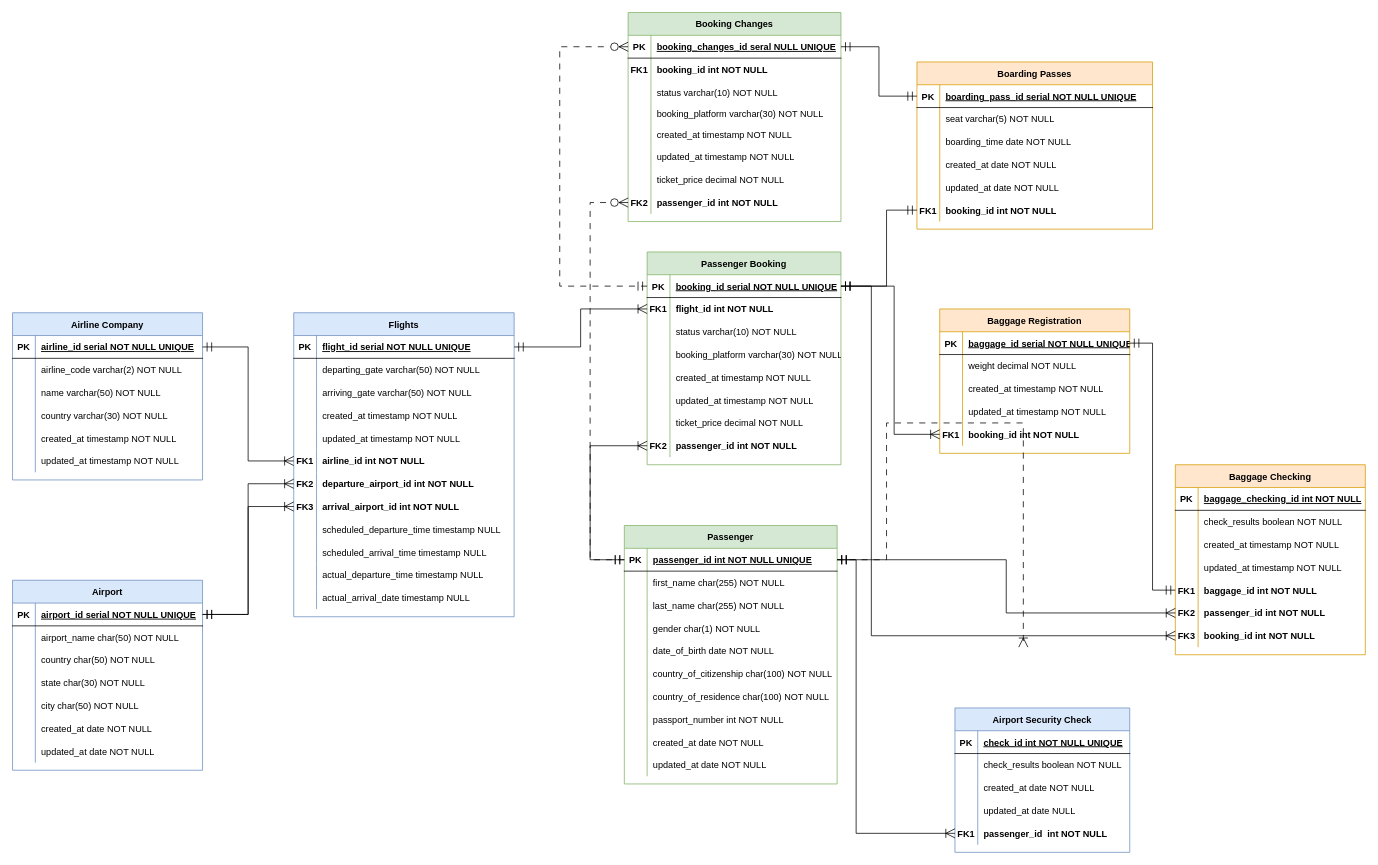
AnyokaCS/DBMS keeps this draw.io diagram as Assignment1-DBMS.drawio. Above is the earlier version. Source tidied: cells renumbered, new cells numbered last; positions are measured from the earlier drawing's top-left corner, leaving out a move shared by most shapes. Both pictures are drawn from the tidied source at 76%, with x=0, y=0 at pixel (12, 12).
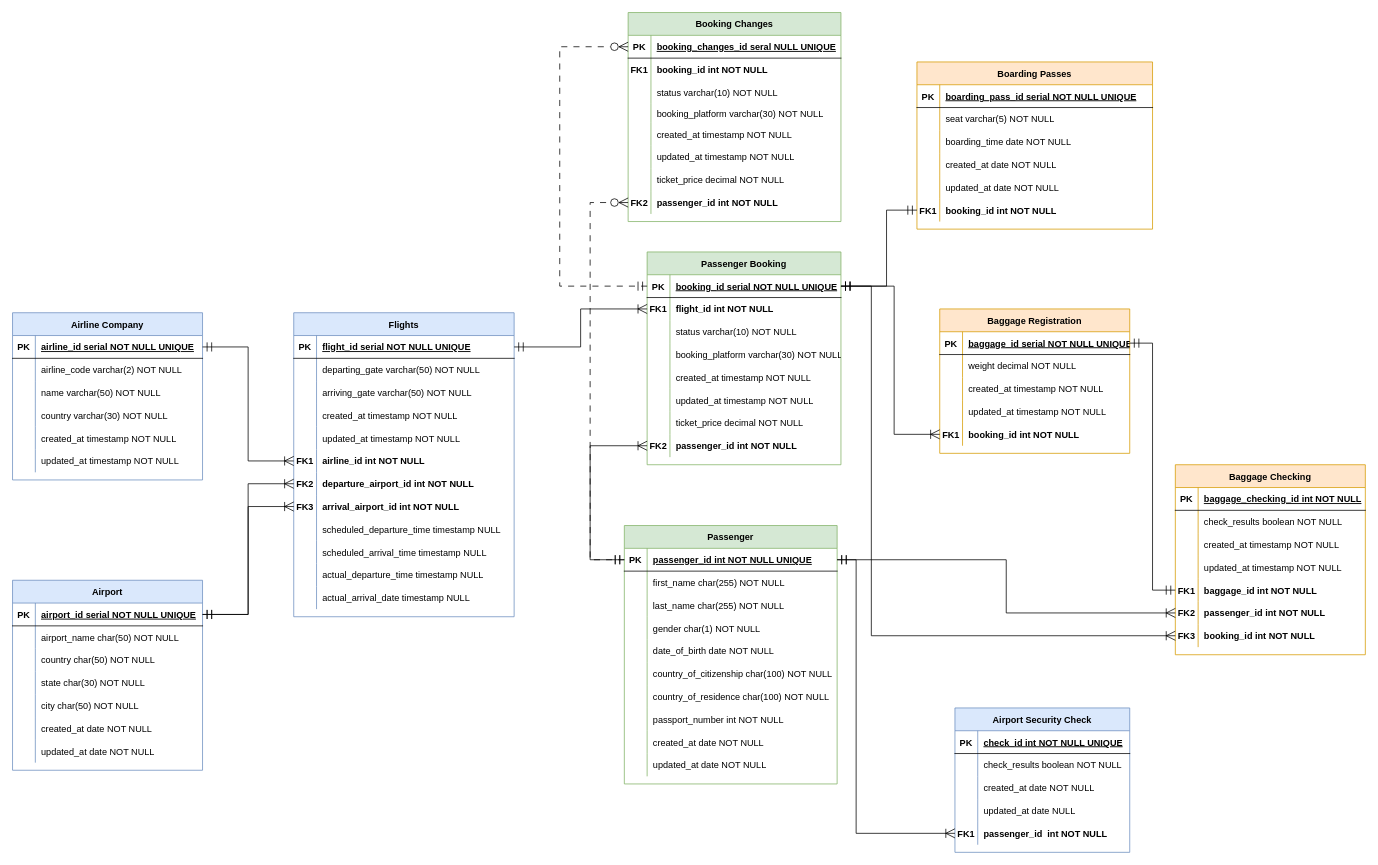
The same diagram, later.

Unchanged cells that the change refers to:
```xml
<mxCell id="110" style="shape=partialRectangle;fillColor=none;points=[[0,0.5],[1,0.5]];portConstraint=eastwest;top=0;left=0;right=0;bottom=1;" parent="109" vertex="1">
  <mxGeometry y="30" width="280" height="30" as="geometry" />
</mxCell>
<mxCell id="142" style="shape=partialRectangle;fillColor=none;points=[[0,0.5],[1,0.5]];portConstraint=eastwest;top=0;left=0;right=0;bottom=1;" parent="141" vertex="1">
  <mxGeometry y="30" width="280" height="30" as="geometry" />
</mxCell>
<mxCell id="169" style="shape=partialRectangle;fillColor=none;points=[[0,0.5],[1,0.5]];portConstraint=eastwest;top=0;left=0;right=0;bottom=1;" parent="168" vertex="1">
  <mxGeometry y="30" width="310" height="30" as="geometry" />
</mxCell>
```

Diff of the diagram source:
```diff
@@
-    <mxCell id="187" style="edgeStyle=elbowEdgeStyle;fontSize=12;html=1;endArrow=ERmandOne;startArrow=ERmandOne;rounded=0;exitX=0;exitY=0.5;exitDx=0;exitDy=0;entryX=1;entryY=0.5;entryDx=0;entryDy=0;endSize=10;startSize=10;" parent="1" edge="1" source="169" target="142">
-      <mxGeometry relative="1" as="geometry" />
-    </mxCell>
@@
-    <mxCell id="205" style="edgeStyle=orthogonalEdgeStyle;fontSize=12;html=1;endArrow=ERoneToMany;startArrow=ERmandOne;rounded=0;exitX=1;exitY=0.5;exitDx=0;exitDy=0;entryX=0;entryY=0.5;entryDx=0;entryDy=0;endSize=10;startSize=10;dashed=1;dashPattern=8 8;" parent="1" edge="1" source="110">
-      <mxGeometry relative="1" as="geometry">
-        <mxPoint x="1330" y="835" as="targetPoint" />
-        <Array as="points">
-          <mxPoint x="1150" y="720" />
-          <mxPoint x="1150" y="540" />
-        </Array>
-      </mxGeometry>
-    </mxCell>
```
